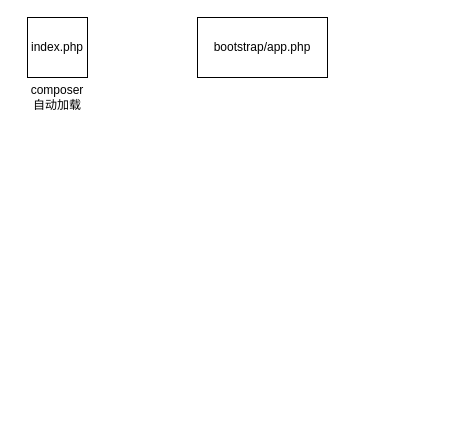
Above: laravel.drawio in dongdonggo/draw (draw.io), before the change. Source tidied: cells renumbered, new cells numbered last; positions are measured from the earlier drawing's top-left corner, leaving out a move shared by most shapes. Both pictures are drawn from the tidied source at 100%, with x=0, y=0 at pixel (17, 17).
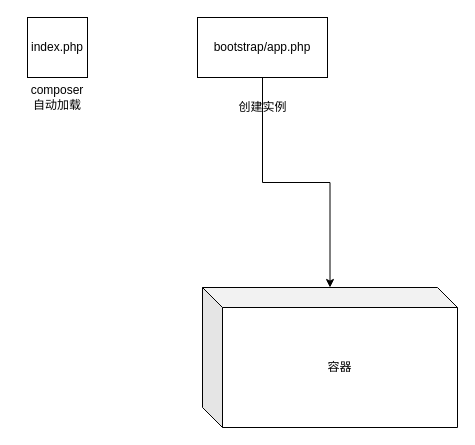
After the change.

What changed in the source:
```diff
@@
 <mxGraphModel>
   <root>
     <mxCell id="0" />
     <mxCell id="1" parent="0" />
     <mxCell id="2" value="index.php" style="whiteSpace=wrap;html=1;" parent="1" vertex="1">
       <mxGeometry x="10" width="60" height="60" as="geometry" />
     </mxCell>
+    <mxCell id="5" style="edgeStyle=orthogonalEdgeStyle;rounded=0;jettySize=auto;html=1;" parent="1" edge="1" source="3" target="7">
+      <mxGeometry relative="1" as="geometry" />
+    </mxCell>
     <mxCell id="3" value="bootstrap/app.php" style="whiteSpace=wrap;html=1;" parent="1" vertex="1">
       <mxGeometry x="180" width="130" height="60" as="geometry" />
     </mxCell>
     <mxCell id="4" value="composer&lt;br&gt;自动加载" style="text;html=1;strokeColor=none;fillColor=none;align=center;verticalAlign=middle;whiteSpace=wrap;rounded=0;" parent="1" vertex="1">
       <mxGeometry y="70" width="80" height="20" as="geometry" />
     </mxCell>
+    <mxCell id="6" value="创建实例&lt;br&gt;" style="text;html=1;align=center;verticalAlign=middle;" parent="1" vertex="1">
+      <mxGeometry x="215" y="80" width="60" height="20" as="geometry" />
+    </mxCell>
+    <mxCell id="7" value="容器" style="shape=cube;whiteSpace=wrap;html=1;boundedLbl=1;backgroundOutline=1;darkOpacity=0.05;darkOpacity2=0.1;" parent="1" vertex="1">
+      <mxGeometry x="185" y="270" width="255" height="140" as="geometry" />
+    </mxCell>
   </root>
 </mxGraphModel>
```
